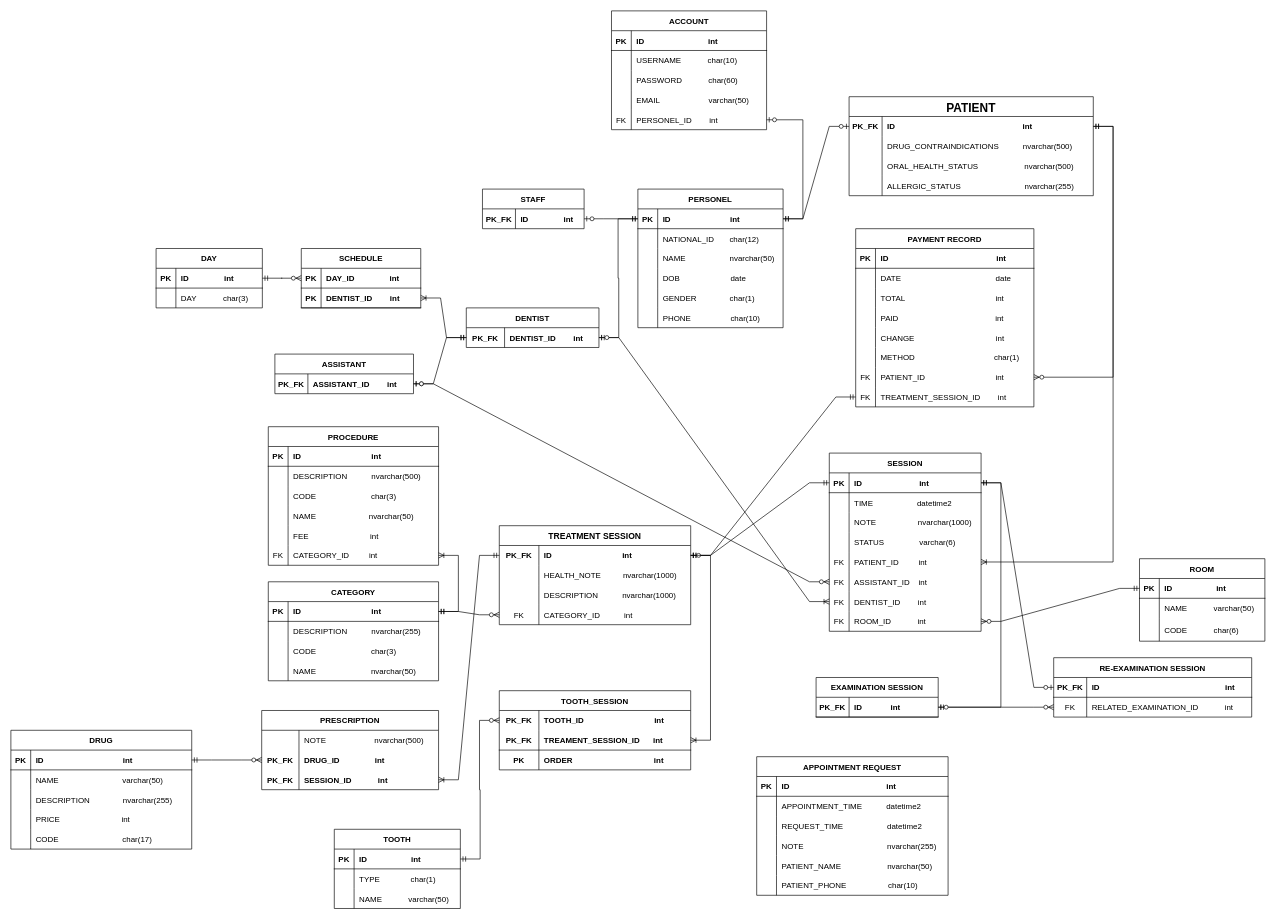
nibtr/clinic-db keeps this draw.io diagram as diagrams/physical-diagram.drawio. Above is the earlier version. Source tidied: cells renumbered, new cells numbered last; positions are measured from the earlier drawing's top-left corner, leaving out a move shared by most shapes. Both pictures are drawn from the tidied source at 66%, with x=0, y=0 at pixel (11, 11).
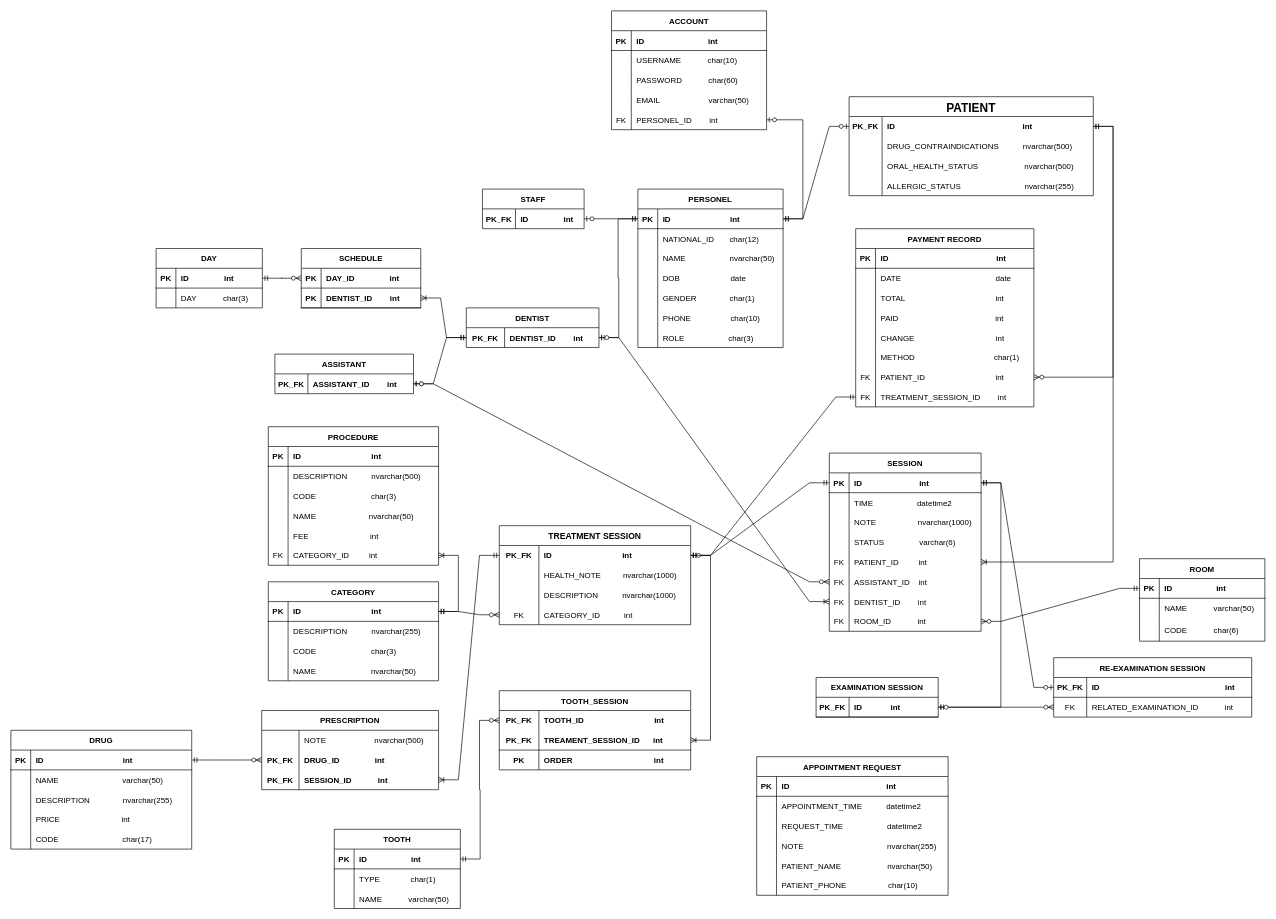
The same diagram, later.

What changed in the source:
```diff
@@
     <mxCell id="18" value="PERSONEL" style="shape=table;startSize=30;childLayout=tableLayout;rowLines=0;fontStyle=1;align=center;" parent="1" vertex="1">
-      <mxGeometry x="950" y="270" width="220" height="210" as="geometry" />
+      <mxGeometry x="950" y="270" width="220" height="240" as="geometry" />
     </mxCell>
@@
+    <mxCell id="280" style="shape=tableRow;horizontal=0;startSize=0;swimlaneHead=0;swimlaneBody=0;fillColor=none;top=0;left=0;right=0;bottom=0;" parent="18" vertex="1">
+      <mxGeometry y="210" width="220" height="30" as="geometry" />
+    </mxCell>
+    <mxCell id="281" style="shape=partialRectangle;fillColor=none;top=0;left=0;bottom=0;right=0;overflow=hidden;" parent="280" vertex="1">
+      <mxGeometry width="30" height="30" as="geometry" />
+    </mxCell>
+    <mxCell id="282" value="ROLE                    char(3)" style="shape=partialRectangle;fillColor=none;top=0;left=0;bottom=0;right=0;align=left;spacingLeft=6;overflow=hidden;" parent="280" vertex="1">
+      <mxGeometry x="30" width="190" height="30" as="geometry" />
+    </mxCell>
```
